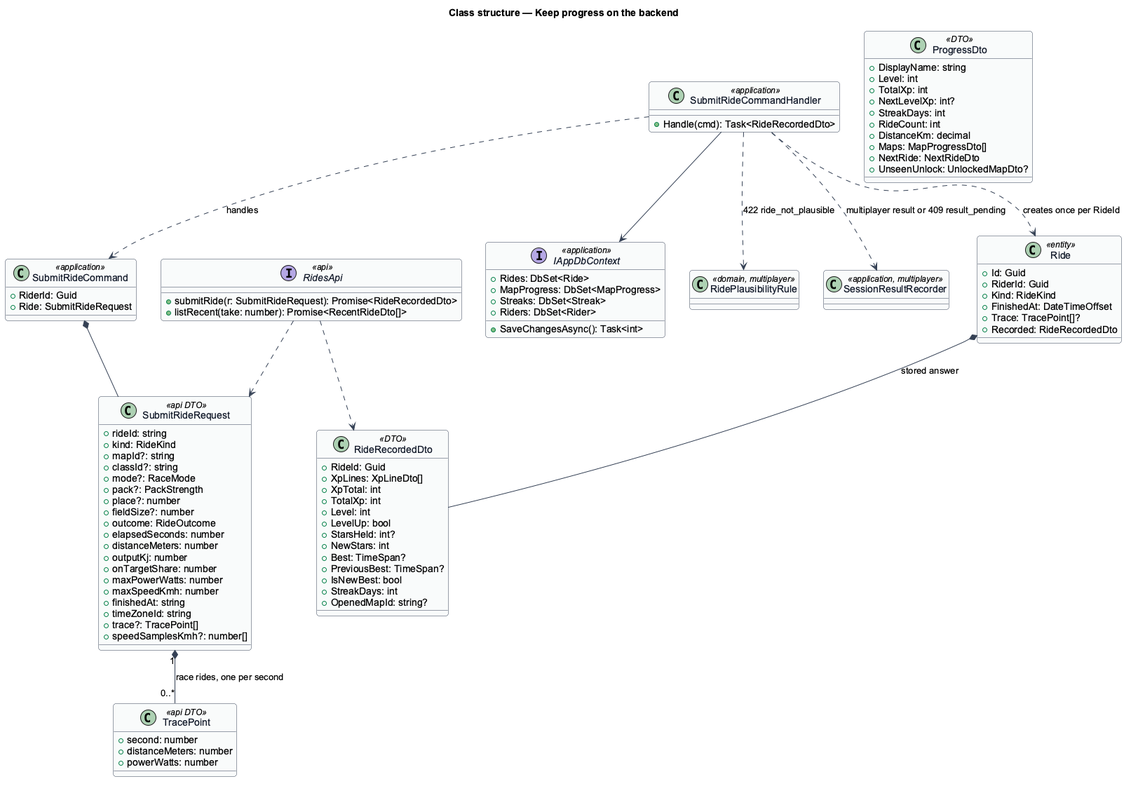
This is docs/detailed-designs/progression/keep-progress-on-the-backend/diagrams/class-structure.png from QuinntyneBrown/ride-one, a PlantUML export, as it was before one commit. Its diagram source:
```plantuml
@startuml
skinparam backgroundColor #FFFFFF
skinparam shadowing false
skinparam roundcorner 8
skinparam defaultFontName Arial
skinparam ArrowColor #344054
skinparam class {
  BorderColor #344054
  FontColor #101828
  BackgroundColor #F9FAFB
}
title Class structure — Keep progress on the backend
class SubmitRideRequest <<api DTO>> {
  +rideId: string
  +kind: RideKind
  +mapId?: string
  +classId?: string
  +mode?: RaceMode
  +pack?: PackStrength
  +place?: number
  +fieldSize?: number
  +outcome: RideOutcome
  +elapsedSeconds: number
  +distanceMeters: number
  +outputKj: number
  +onTargetShare: number
  +maxPowerWatts: number
  +maxSpeedKmh: number
  +finishedAt: string
  +timeZoneId: string
  +trace?: TracePoint[]
  +speedSamplesKmh?: number[]
}
class TracePoint <<api DTO>> {
  +second: number
  +distanceMeters: number
  +powerWatts: number
}
class SubmitRideCommand <<application>> {
  +RiderId: Guid
  +Ride: SubmitRideRequest
}
class SubmitRideCommandHandler <<application>> {
  +Handle(cmd): Task<RideRecordedDto>
}
class Ride <<entity>> {
  +Id: Guid
  +RiderId: Guid
  +Kind: RideKind
  +FinishedAt: DateTimeOffset
  +Trace: TracePoint[]?
  +Recorded: RideRecordedDto
}
class RideRecordedDto <<DTO>> {
  +RideId: Guid
  +XpLines: XpLineDto[]
  +XpTotal: int
  +TotalXp: int
  +Level: int
  +LevelUp: bool
  +StarsHeld: int?
  +NewStars: int
  +Best: TimeSpan?
  +PreviousBest: TimeSpan?
  +IsNewBest: bool
  +StreakDays: int
  +OpenedMapId: string?
}
class ProgressDto <<DTO>> {
  +DisplayName: string
  +Level: int
  +TotalXp: int
  +NextLevelXp: int?
  +StreakDays: int
  +RideCount: int
  +DistanceKm: decimal
  +Maps: MapProgressDto[]
  +NextRide: NextRideDto
  +UnseenUnlock: UnlockedMapDto?
}
interface IAppDbContext <<application>> {
  +Rides: DbSet<Ride>
  +MapProgress: DbSet<MapProgress>
  +Streaks: DbSet<Streak>
  +Riders: DbSet<Rider>
  +SaveChangesAsync(): Task<int>
}
interface RidesApi <<api>> {
  +submitRide(r: SubmitRideRequest): Promise<RideRecordedDto>
  +listRecent(take: number): Promise<RecentRideDto[]>
}
SubmitRideRequest "1" *-- "0..*" TracePoint : race rides, one per second
SubmitRideCommand *-- SubmitRideRequest
SubmitRideCommandHandler ..> SubmitRideCommand : handles
SubmitRideCommandHandler --> IAppDbContext
SubmitRideCommandHandler ..> RidePlausibilityRule : 422 ride_not_plausible
SubmitRideCommandHandler ..> SessionResultRecorder : multiplayer result or 409 result_pending
class RidePlausibilityRule <<domain, multiplayer>>
class SessionResultRecorder <<application, multiplayer>>
SubmitRideCommandHandler ..> Ride : creates once per RideId
Ride *-- RideRecordedDto : stored answer
RidesApi ..> SubmitRideRequest
RidesApi ..> RideRecordedDto
@enduml
```
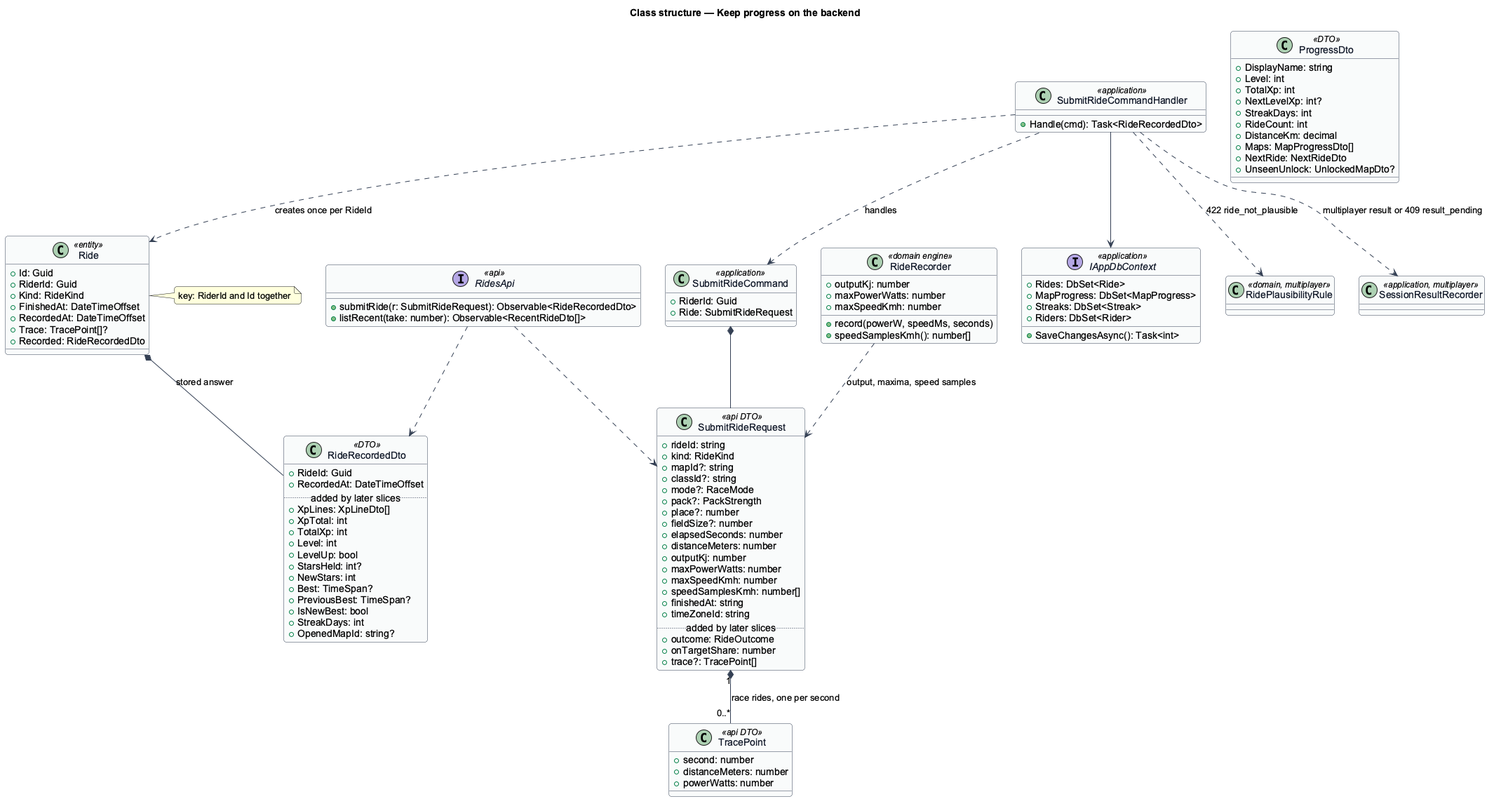
After the commit.

Commit message:
Align the record-a-ride design with slice 10.1

The edit, as a diff of the source:
```diff
@@ -19,17 +19,25 @@
   +pack?: PackStrength
   +place?: number
   +fieldSize?: number
-  +outcome: RideOutcome
   +elapsedSeconds: number
   +distanceMeters: number
   +outputKj: number
-  +onTargetShare: number
   +maxPowerWatts: number
   +maxSpeedKmh: number
+  +speedSamplesKmh: number[]
   +finishedAt: string
   +timeZoneId: string
+  .. added by later slices ..
+  +outcome: RideOutcome
+  +onTargetShare: number
   +trace?: TracePoint[]
-  +speedSamplesKmh?: number[]
+}
+class RideRecorder <<domain engine>> {
+  +record(powerW, speedMs, seconds)
+  +outputKj: number
+  +maxPowerWatts: number
+  +maxSpeedKmh: number
+  +speedSamplesKmh(): number[]
 }
 class TracePoint <<api DTO>> {
   +second: number
@@ -48,11 +56,15 @@
   +RiderId: Guid
   +Kind: RideKind
   +FinishedAt: DateTimeOffset
+  +RecordedAt: DateTimeOffset
   +Trace: TracePoint[]?
   +Recorded: RideRecordedDto
 }
+note right of Ride : key: RiderId and Id together
 class RideRecordedDto <<DTO>> {
   +RideId: Guid
+  +RecordedAt: DateTimeOffset
+  .. added by later slices ..
   +XpLines: XpLineDto[]
   +XpTotal: int
   +TotalXp: int
@@ -86,8 +98,8 @@
   +SaveChangesAsync(): Task<int>
 }
 interface RidesApi <<api>> {
-  +submitRide(r: SubmitRideRequest): Promise<RideRecordedDto>
-  +listRecent(take: number): Promise<RecentRideDto[]>
+  +submitRide(r: SubmitRideRequest): Observable<RideRecordedDto>
+  +listRecent(take: number): Observable<RecentRideDto[]>
 }
 SubmitRideRequest "1" *-- "0..*" TracePoint : race rides, one per second
 SubmitRideCommand *-- SubmitRideRequest
@@ -99,6 +111,7 @@
 class SessionResultRecorder <<application, multiplayer>>
 SubmitRideCommandHandler ..> Ride : creates once per RideId
 Ride *-- RideRecordedDto : stored answer
+RideRecorder ..> SubmitRideRequest : output, maxima, speed samples
 RidesApi ..> SubmitRideRequest
 RidesApi ..> RideRecordedDto
 @enduml
```
